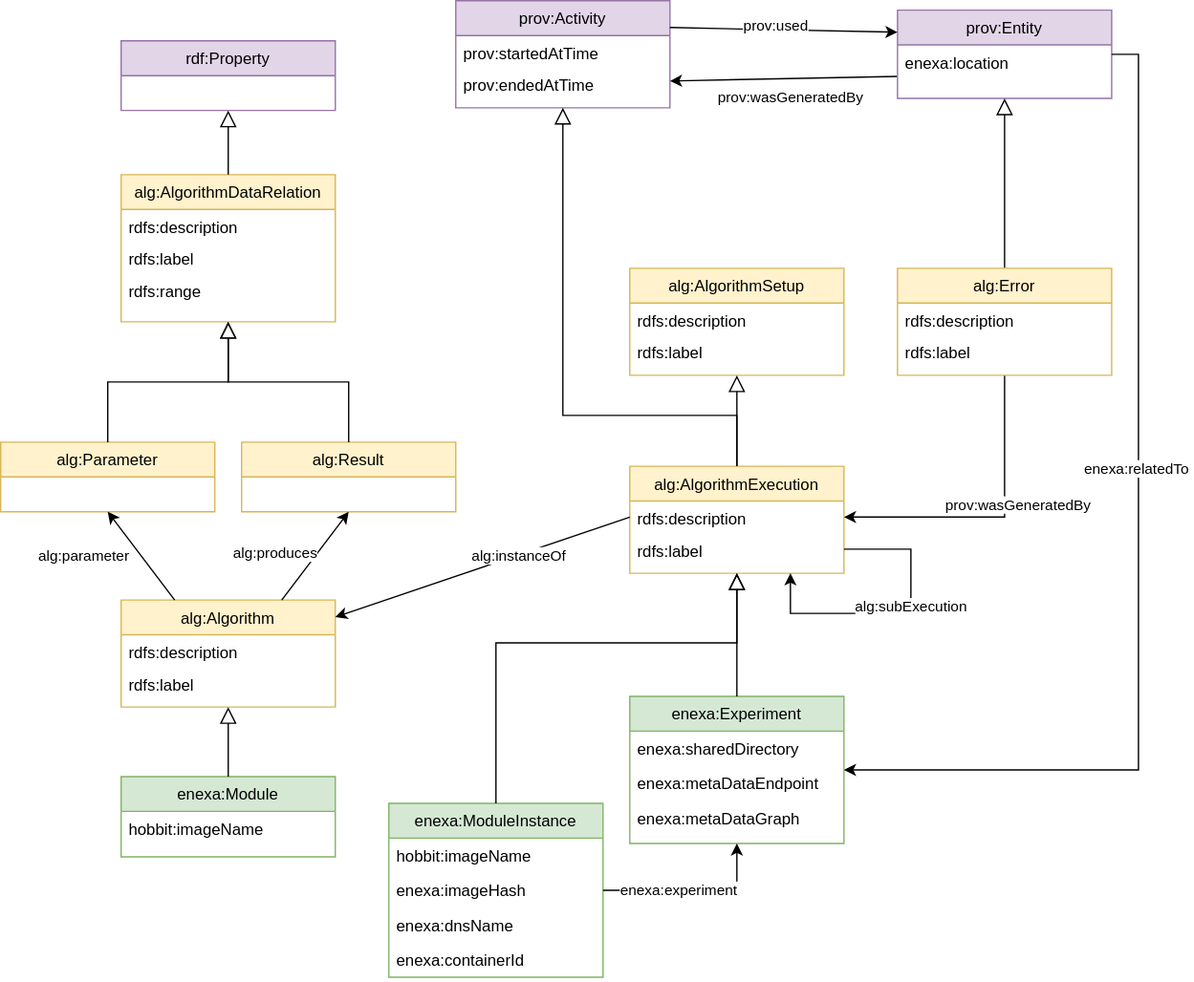
Before: images/ENEXA-Ontology.svg, a diagram exported from draw.io (EnexaProject/documentation). Source tidied: cells renumbered, new cells last; positions are measured from the earlier drawing's top-left corner, leaving out a move shared by most shapes.
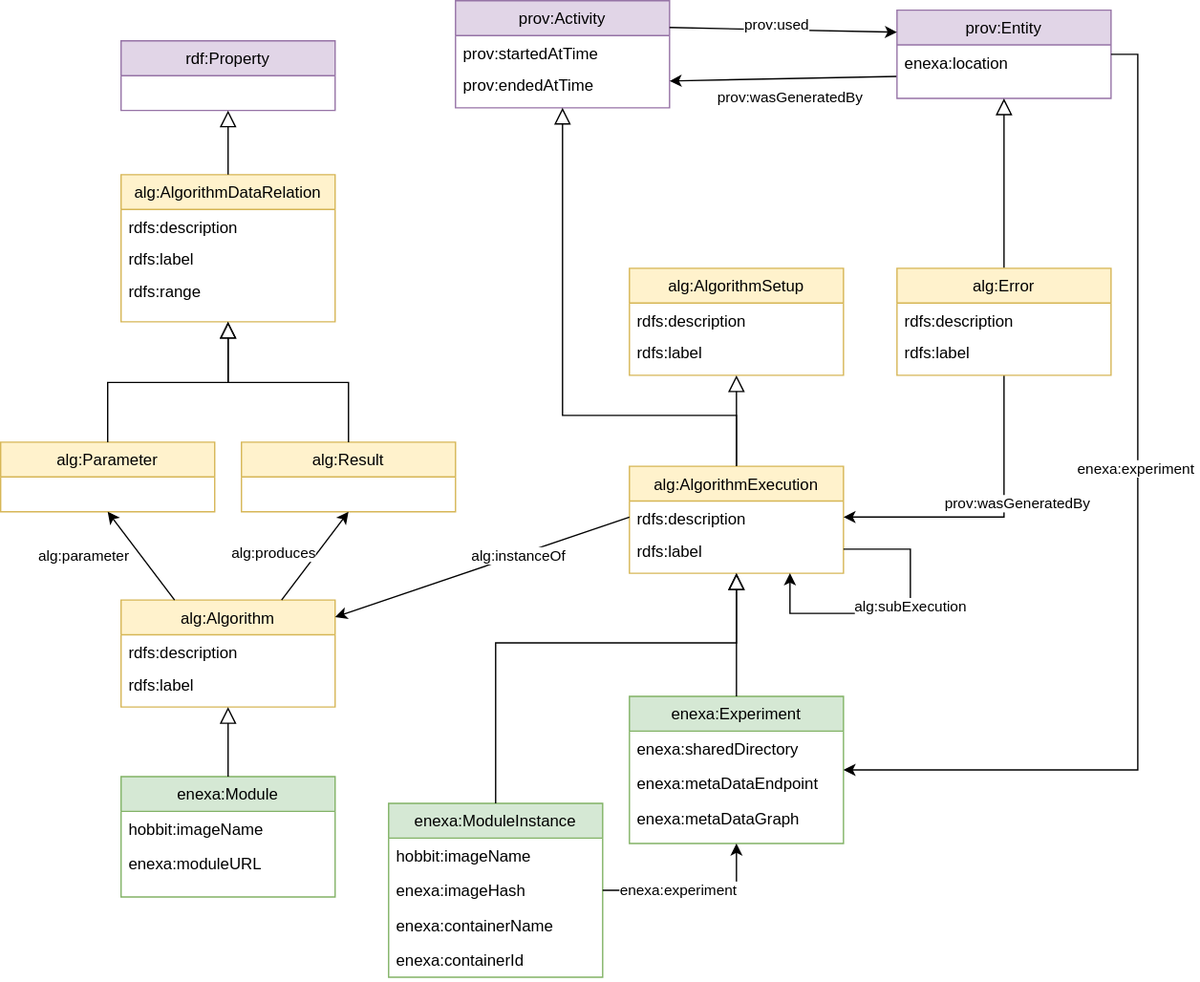
The same file after the commit.

Commit message:
Updated the ontologies. Updated the information about the image identifiers.

Diff of the diagram source:
```diff
@@ -131,11 +131,14 @@
       </mxGeometry>
     </mxCell>
     <mxCell id="38" value="enexa:Module" style="swimlane;fontStyle=0;align=center;verticalAlign=top;horizontal=1;startSize=26;rounded=0;shadow=0;strokeWidth=1;fillColor=#d5e8d4;strokeColor=#82b366;" parent="1" vertex="1">
-      <mxGeometry x="90" y="580" width="160" height="60" as="geometry" />
+      <mxGeometry x="90" y="580" width="160" height="90" as="geometry" />
     </mxCell>
     <mxCell id="39" value="hobbit:imageName" style="text;align=left;verticalAlign=top;spacingLeft=4;spacingRight=4;overflow=hidden;" parent="38" vertex="1">
       <mxGeometry y="26" width="160" height="26" as="geometry" />
     </mxCell>
+    <mxCell id="64" value="enexa:moduleURL" style="text;align=left;verticalAlign=top;spacingLeft=4;spacingRight=4;overflow=hidden;" parent="38" vertex="1">
+      <mxGeometry y="52" width="160" height="26" as="geometry" />
+    </mxCell>
     <mxCell id="40" value="enexa:Experiment" style="swimlane;fontStyle=0;align=center;verticalAlign=top;horizontal=1;startSize=26;rounded=0;shadow=0;strokeWidth=1;fillColor=#d5e8d4;strokeColor=#82b366;" parent="1" vertex="1">
       <mxGeometry x="470" y="520" width="160" height="110" as="geometry" />
     </mxCell>
@@ -167,7 +170,7 @@
     <mxCell id="48" value="enexa:imageHash" style="text;align=left;verticalAlign=top;spacingLeft=4;spacingRight=4;overflow=hidden;points=[[0,0.5],[1,0.5]];portConstraint=eastwest;rounded=0;shadow=0;html=0;" parent="46" vertex="1">
       <mxGeometry y="52" width="160" height="26" as="geometry" />
     </mxCell>
-    <mxCell id="49" value="enexa:dnsName" style="text;align=left;verticalAlign=top;spacingLeft=4;spacingRight=4;overflow=hidden;rounded=0;shadow=0;html=0;" parent="46" vertex="1">
+    <mxCell id="49" value="enexa:containerName" style="text;align=left;verticalAlign=top;spacingLeft=4;spacingRight=4;overflow=hidden;rounded=0;shadow=0;html=0;" parent="46" vertex="1">
       <mxGeometry y="78" width="160" height="26" as="geometry" />
     </mxCell>
     <mxCell id="50" value="enexa:containerId" style="text;align=left;verticalAlign=top;spacingLeft=4;spacingRight=4;overflow=hidden;rounded=0;shadow=0;html=0;" parent="46" vertex="1">
@@ -225,7 +228,7 @@
         </Array>
       </mxGeometry>
     </mxCell>
-    <mxCell id="60" value="enexa:relatedTo&amp;nbsp;" style="edgeLabel;html=1;align=center;verticalAlign=middle;" parent="59" vertex="1">
+    <mxCell id="60" value="enexa:experiment&amp;nbsp;" style="edgeLabel;html=1;align=center;verticalAlign=middle;" parent="59" vertex="1">
       <mxGeometry x="-0.15" relative="1" as="geometry" />
     </mxCell>
     <mxCell id="61" value="alg:Error" style="swimlane;fontStyle=0;align=center;verticalAlign=top;horizontal=1;startSize=26;rounded=0;shadow=0;strokeWidth=1;fillColor=#fff2cc;strokeColor=#d6b656;" parent="1" vertex="1">
```
